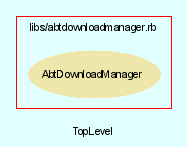
This is src/trunk/doc/dot/f_1.png from eschabell/abtlinux, a Graphviz export, as it was before one commit. Its source is kept beside it as src/trunk/doc/dot/f_1.dot.
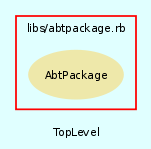
After the commit.

The edit, as a diff of the source:
```diff
@@ -13,14 +13,14 @@
     subgraph cluster_2 {
         fontname = Arial
         color = red
-        label = "libs/abtdownloadmanager.rb"
-        AbtDownloadManager [
+        label = "libs/abtpackage.rb"
+        AbtPackage [
             fontcolor = black,
-            URL = "classes/AbtDownloadManager.html",
+            URL = "classes/AbtPackage.html",
             shape = ellipse,
             color = palegoldenrod,
             style = filled,
-            label = "AbtDownloadManager"
+            label = "AbtPackage"
         ]
 
     }
```
